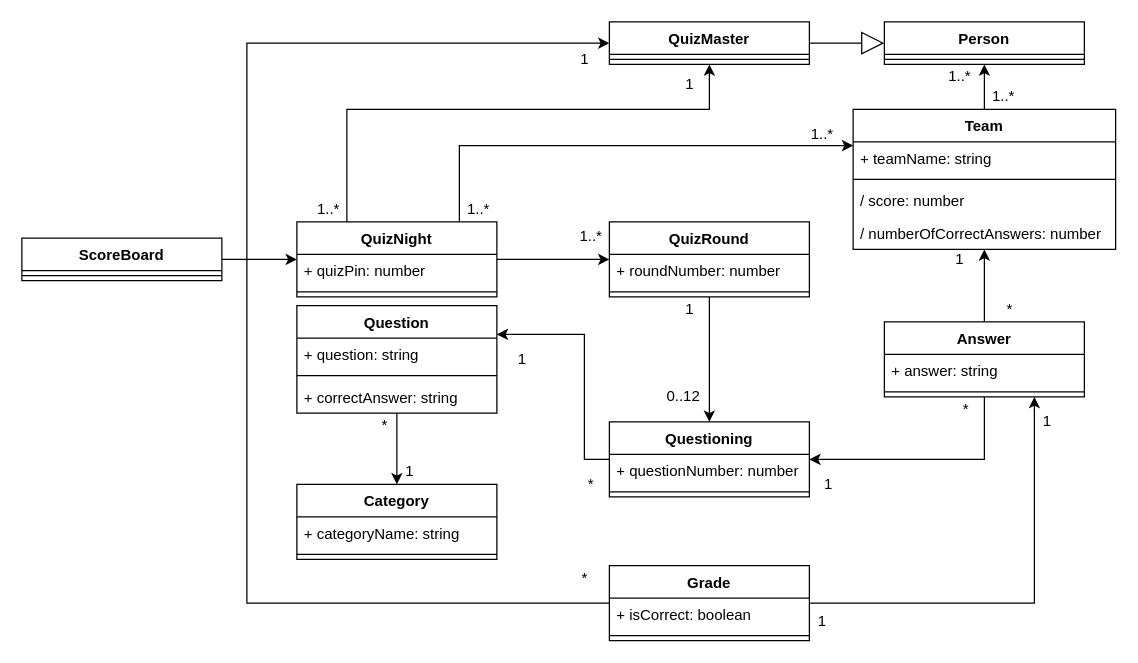
The draw.io diagram docs/domain-model.drawio in TomVermeer/dwaquiz, before the edit. Source tidied: cells renumbered, new cells numbered last; positions are measured from the earlier drawing's top-left corner, leaving out a move shared by most shapes. Both pictures are drawn from the tidied source at 125%, with x=0, y=0 at pixel (21, 21).
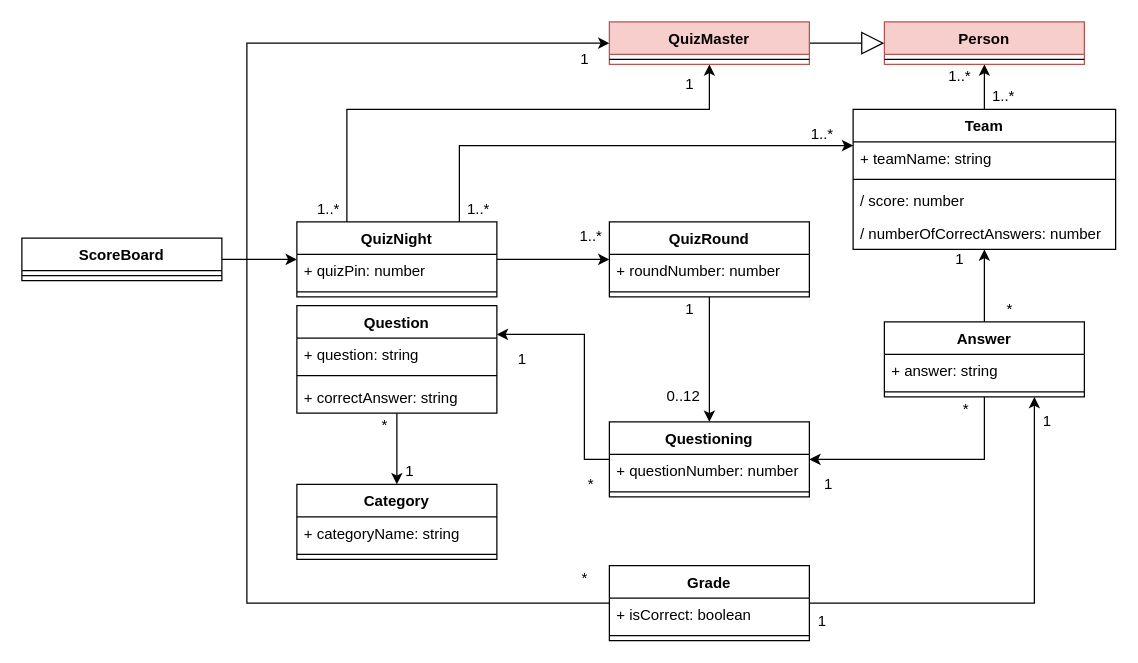
Above is the later version.

Commit message (it also covers changes not shown here):
initial express structure

What changed in the source:
```diff
@@
-    <mxCell id="28" value="Person" style="swimlane;fontStyle=1;align=center;verticalAlign=top;horizontal=1;startSize=26;" parent="1" vertex="1">
+    <mxCell id="28" value="Person" style="swimlane;fontStyle=1;align=center;verticalAlign=top;horizontal=1;startSize=26;fillColor=#f8cecc;strokeColor=#b85450;" parent="1" vertex="1">
       <mxGeometry x="690" width="160" height="34" as="geometry" />
     </mxCell>
@@
-    <mxCell id="30" value="QuizMaster" style="swimlane;fontStyle=1;align=center;verticalAlign=top;horizontal=1;startSize=26;" parent="1" vertex="1">
+    <mxCell id="30" value="QuizMaster" style="swimlane;fontStyle=1;align=center;verticalAlign=top;horizontal=1;startSize=26;fillColor=#f8cecc;strokeColor=#b85450;" parent="1" vertex="1">
       <mxGeometry x="470" width="160" height="34" as="geometry" />
     </mxCell>
```
